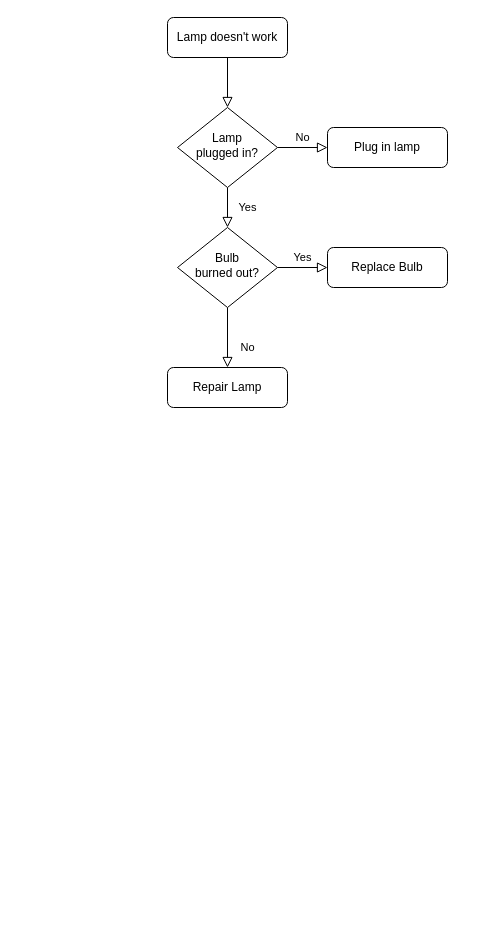
The draw.io diagram Untitled Diagram.drawio in Vipin-patelME/test1, before the edit. Source tidied: cells renumbered, new cells numbered last; positions are measured from the earlier drawing's top-left corner, leaving out a move shared by most shapes. Both pictures are drawn from the tidied source at 100%, with x=0, y=0 at pixel (167, 17).
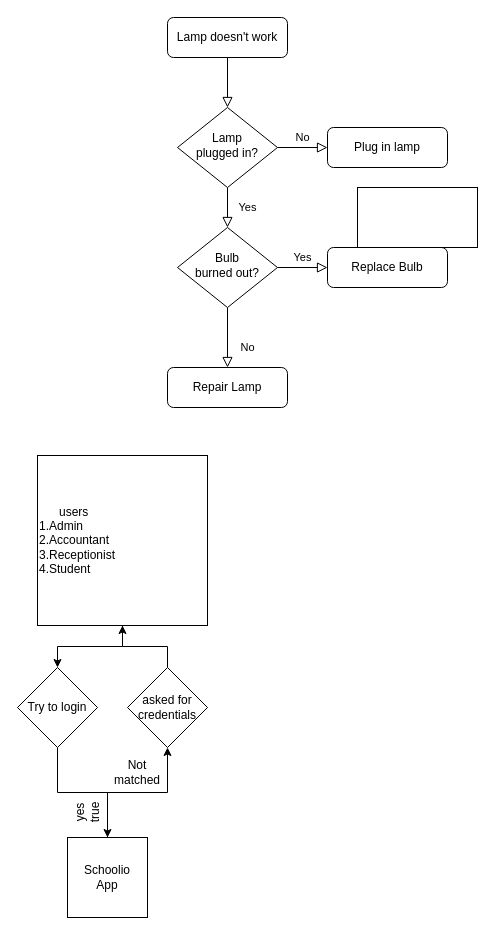
Above is the later version.

Change to the diagram source:
```diff
@@
+    <mxCell id="13" style="rounded=0;whiteSpace=wrap;html=1;" parent="1" vertex="1">
+      <mxGeometry x="190" y="170" width="120" height="60" as="geometry" />
+    </mxCell>
+    <mxCell id="14" style="edgeStyle=orthogonalEdgeStyle;rounded=0;jettySize=auto;html=1;" parent="1" edge="1" source="15" target="19">
+      <mxGeometry relative="1" as="geometry" />
+    </mxCell>
+    <mxCell id="15" value="Schoolio &lt;br&gt;App" style="whiteSpace=wrap;html=1;" parent="1" vertex="1">
+      <mxGeometry x="-100" y="820" width="80" height="80" as="geometry" />
+    </mxCell>
+    <mxCell id="16" style="edgeStyle=orthogonalEdgeStyle;rounded=0;jettySize=auto;html=1;" parent="1" edge="1" source="17" target="21">
+      <mxGeometry relative="1" as="geometry" />
+    </mxCell>
+    <mxCell id="17" value="&amp;nbsp; &amp;nbsp; &amp;nbsp; users&lt;br&gt;1.Admin&lt;br&gt;&lt;div style=&quot;&quot;&gt;&lt;span style=&quot;background-color: initial;&quot;&gt;2.Accountant&lt;/span&gt;&lt;/div&gt;&lt;div style=&quot;&quot;&gt;&lt;span style=&quot;background-color: initial;&quot;&gt;3.Receptionist&lt;/span&gt;&lt;/div&gt;&lt;div style=&quot;&quot;&gt;&lt;span style=&quot;background-color: initial;&quot;&gt;4.Student&lt;/span&gt;&lt;/div&gt;" style="whiteSpace=wrap;html=1;align=left;" parent="1" vertex="1">
+      <mxGeometry x="-130" y="438" width="170" height="170" as="geometry" />
+    </mxCell>
+    <mxCell id="18" style="edgeStyle=orthogonalEdgeStyle;rounded=0;jettySize=auto;html=1;" parent="1" edge="1" source="19" target="17">
+      <mxGeometry relative="1" as="geometry" />
+    </mxCell>
+    <mxCell id="19" value="asked for credentials" style="rhombus;whiteSpace=wrap;html=1;" parent="1" vertex="1">
+      <mxGeometry x="-40" y="650" width="80" height="80" as="geometry" />
+    </mxCell>
+    <mxCell id="20" style="edgeStyle=orthogonalEdgeStyle;rounded=0;jettySize=auto;html=1;" parent="1" edge="1" source="21" target="15">
+      <mxGeometry relative="1" as="geometry" />
+    </mxCell>
+    <mxCell id="21" value="Try to login" style="rhombus;whiteSpace=wrap;html=1;" parent="1" vertex="1">
+      <mxGeometry x="-150" y="650" width="80" height="80" as="geometry" />
+    </mxCell>
+    <mxCell id="22" value="yes&lt;br&gt;true" style="text;html=1;strokeColor=none;fillColor=none;align=center;verticalAlign=middle;whiteSpace=wrap;rounded=0;rotation=-90;" parent="1" vertex="1">
+      <mxGeometry x="-110" y="780" width="60" height="30" as="geometry" />
+    </mxCell>
+    <mxCell id="23" value="Not matched" style="text;html=1;strokeColor=none;fillColor=none;align=center;verticalAlign=middle;whiteSpace=wrap;rounded=0;" parent="1" vertex="1">
+      <mxGeometry x="-60" y="740" width="60" height="30" as="geometry" />
+    </mxCell>
```
